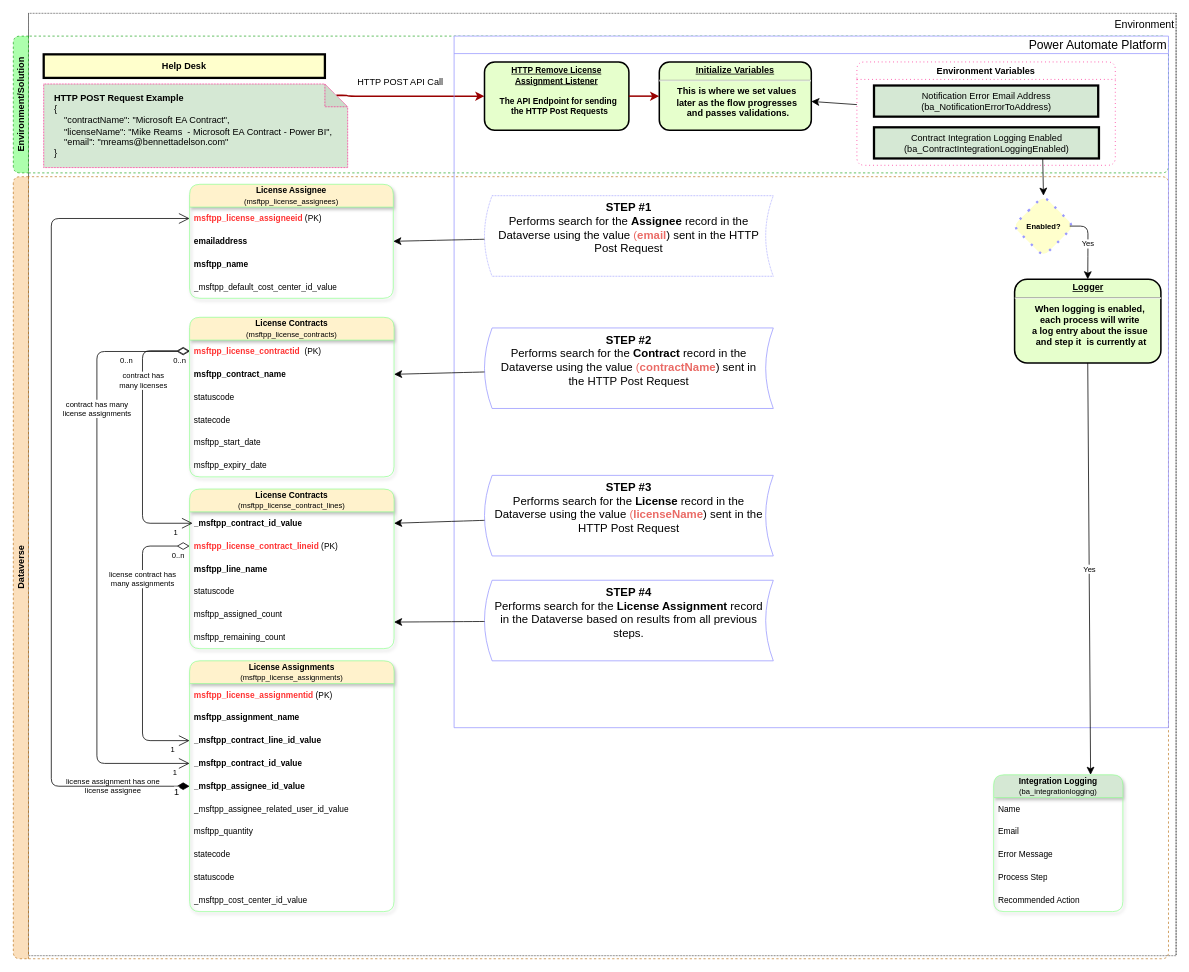
Earlier version of the draw.io diagram page "HTTP Remove Listener" (1 of 2) of Untitled Diagram.drawio (bennettadelson-org/diagrams). Source tidied: cells renumbered, new cells numbered last; positions are measured from the earlier drawing's top-left corner, leaving out a move shared by most shapes. Both pictures are drawn from the tidied source at 76%, with x=0, y=0 at pixel (13, 13).
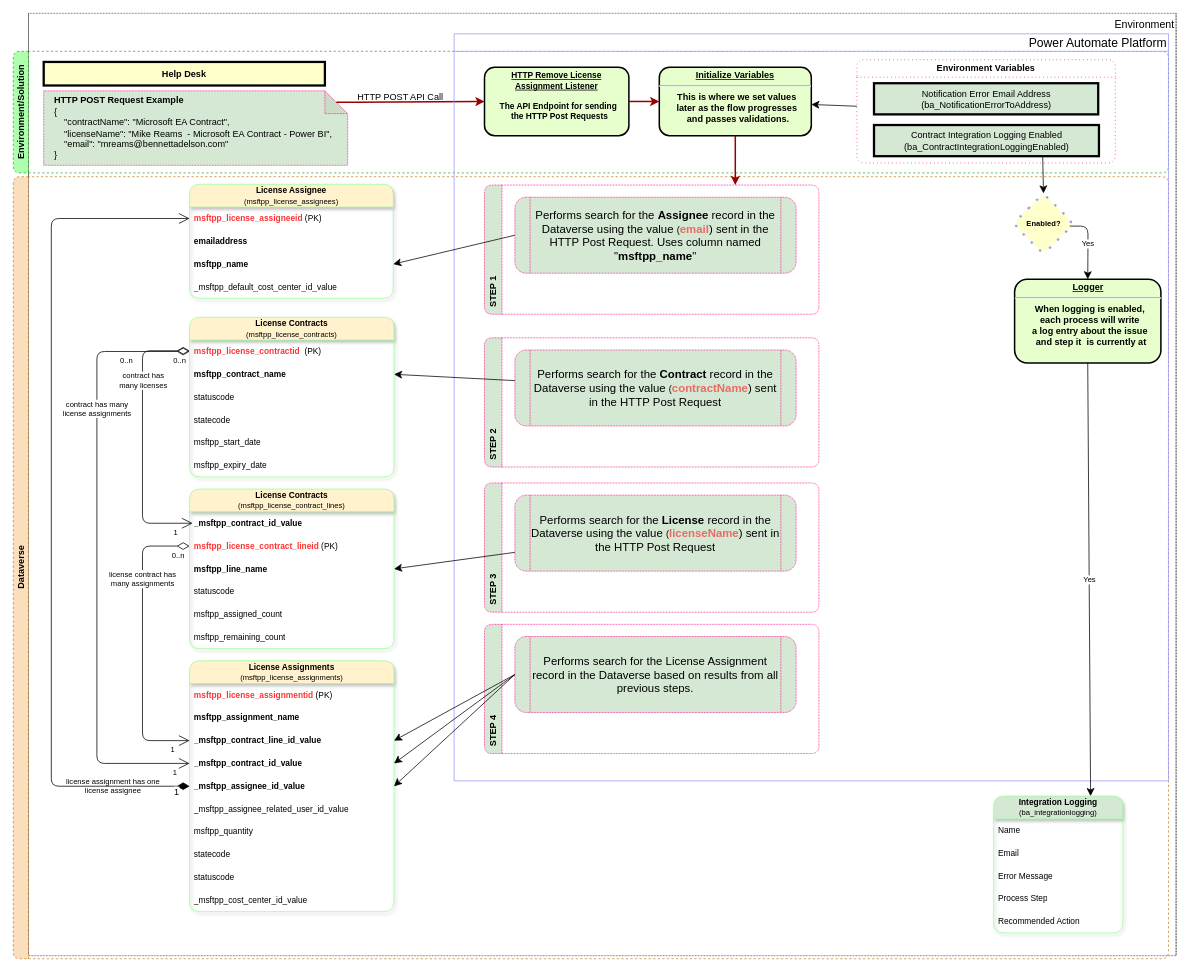
The same diagram, later.

Unchanged cells that the change refers to:
```xml
<mxCell id="7" value="Dataverse" style="swimlane;horizontal=0;whiteSpace=wrap;html=1;rounded=1;shadow=0;glass=0;dashed=1;strokeColor=#b46504;strokeWidth=1;fontSize=12;fillColor=#fad7ac;opacity=80;startSize=20;" parent="1" vertex="1">
  <mxGeometry y="215" width="1520" height="1029" as="geometry" />
</mxCell>
<mxCell id="10" value="emailaddress" style="text;strokeColor=none;fillColor=none;align=left;verticalAlign=middle;spacingLeft=4;spacingRight=4;overflow=hidden;points=[[0,0.5],[1,0.5]];portConstraint=eastwest;whiteSpace=wrap;html=1;fontSize=11;fontStyle=1;" parent="8" vertex="1">
  <mxGeometry y="60" width="268" height="30" as="geometry" />
</mxCell>
<mxCell id="11" value="msftpp_name" style="text;strokeColor=none;fillColor=none;align=left;verticalAlign=middle;spacingLeft=4;spacingRight=4;overflow=hidden;points=[[0,0.5],[1,0.5]];portConstraint=eastwest;whiteSpace=wrap;html=1;fontSize=11;fontStyle=1;" parent="8" vertex="1">
  <mxGeometry y="90" width="268" height="30" as="geometry" />
</mxCell>
<mxCell id="15" value="msftpp_contract_name" style="text;strokeColor=none;fillColor=none;align=left;verticalAlign=middle;spacingLeft=4;spacingRight=4;overflow=hidden;points=[[0,0.5],[1,0.5]];portConstraint=eastwest;whiteSpace=wrap;html=1;fontSize=11;fontStyle=1;" parent="13" vertex="1">
  <mxGeometry y="60" width="269" height="30" as="geometry" />
</mxCell>
<mxCell id="23" value="_msftpp_contract_line_id_value" style="text;strokeColor=none;fillColor=none;align=left;verticalAlign=middle;spacingLeft=4;spacingRight=4;overflow=hidden;points=[[0,0.5],[1,0.5]];portConstraint=eastwest;whiteSpace=wrap;html=1;fontSize=11;fontStyle=1;" parent="20" vertex="1">
  <mxGeometry y="90" width="269" height="30" as="geometry" />
</mxCell>
<mxCell id="24" value="_msftpp_contract_id_value" style="text;strokeColor=none;fillColor=none;align=left;verticalAlign=middle;spacingLeft=4;spacingRight=4;overflow=hidden;points=[[0,0.5],[1,0.5]];portConstraint=eastwest;whiteSpace=wrap;html=1;fontSize=11;fontStyle=1;" parent="20" vertex="1">
  <mxGeometry y="120" width="269" height="30" as="geometry" />
</mxCell>
<mxCell id="25" value="_msftpp_assignee_id_value" style="text;strokeColor=none;fillColor=none;align=left;verticalAlign=middle;spacingLeft=4;spacingRight=4;overflow=hidden;points=[[0,0.5],[1,0.5]];portConstraint=eastwest;whiteSpace=wrap;html=1;fontSize=11;fontStyle=1;" parent="20" vertex="1">
  <mxGeometry y="150" width="269" height="30" as="geometry" />
</mxCell>
<mxCell id="32" value="_msftpp_contract_id_value" style="text;strokeColor=none;fillColor=none;align=left;verticalAlign=middle;spacingLeft=4;spacingRight=4;overflow=hidden;points=[[0,0.5],[1,0.5]];portConstraint=eastwest;whiteSpace=wrap;html=1;fontSize=11;fontStyle=1;" parent="31" vertex="1">
  <mxGeometry y="30" width="269" height="30" as="geometry" />
</mxCell>
<mxCell id="34" value="msftpp_line_name" style="text;strokeColor=none;fillColor=none;align=left;verticalAlign=middle;spacingLeft=4;spacingRight=4;overflow=hidden;points=[[0,0.5],[1,0.5]];portConstraint=eastwest;whiteSpace=wrap;html=1;fontSize=11;fontStyle=1;" parent="31" vertex="1">
  <mxGeometry y="90" width="269" height="30" as="geometry" />
</mxCell>
```

Diff of the diagram source:
```diff
@@
     <mxCell id="3" value="Environment/Solution" style="swimlane;horizontal=0;whiteSpace=wrap;html=1;rounded=1;shadow=0;glass=0;dashed=1;strokeColor=#009900;strokeWidth=1;fontSize=12;fillColor=#99FF99;opacity=80;startSize=20;" parent="1" vertex="1">
-      <mxGeometry y="30" width="1520" height="180" as="geometry" />
+      <mxGeometry y="50" width="1520" height="160" as="geometry" />
     </mxCell>
     <mxCell id="4" value="Help Desk" style="whiteSpace=wrap;align=center;verticalAlign=middle;fontStyle=1;strokeWidth=3;fillColor=#FFFFCC;" parent="3" vertex="1">
-      <mxGeometry x="40" y="24" width="370" height="31" as="geometry" />
+      <mxGeometry x="40" y="14" width="370" height="31" as="geometry" />
     </mxCell>
@@
+    <mxCell id="76" value="&lt;div&gt;&lt;b&gt;HTTP POST Request Example&lt;/b&gt;&lt;/div&gt;&lt;div&gt;{&lt;/div&gt;&lt;div&gt;&amp;nbsp; &amp;nbsp; &quot;contractName&quot;: &quot;Microsoft EA Contract&quot;,&lt;/div&gt;&lt;div&gt;&amp;nbsp; &amp;nbsp; &quot;licenseName&quot;: &quot;Mike Reams&amp;nbsp; - Microsoft EA Contract - Power BI&quot;,&lt;/div&gt;&lt;div&gt;&amp;nbsp; &amp;nbsp; &quot;email&quot;: &quot;mreams@bennettadelson.com&quot;&lt;/div&gt;&lt;div&gt;}&lt;/div&gt;" style="shape=note;whiteSpace=wrap;html=1;backgroundOutline=1;darkOpacity=0.05;rounded=1;dashed=1;dashPattern=1 1;labelBackgroundColor=none;strokeColor=#FF0080;strokeWidth=1;fontSize=12;fontColor=#000000;fillColor=#D5E8D4;align=left;spacingLeft=12;spacingRight=6;" parent="3" vertex="1">
+      <mxGeometry x="40" y="52" width="400" height="98" as="geometry" />
+    </mxCell>
@@
     <mxCell id="38" value="&lt;b&gt;Integration Logging&lt;br&gt;&lt;/b&gt;&lt;font style=&quot;font-size: 10px;&quot;&gt;(ba_integrationlogging)&lt;/font&gt;" style="swimlane;fontStyle=0;horizontal=1;startSize=30;whiteSpace=wrap;html=1;rounded=1;shadow=1;glass=0;strokeWidth=1;fontSize=11;strokeColor=#99FF99;fillColor=#D5E8D4;" parent="7" vertex="1">
-      <mxGeometry x="1290" y="787" width="170" height="180" as="geometry" />
+      <mxGeometry x="1290" y="815" width="170" height="180" as="geometry" />
     </mxCell>
@@
     <mxCell id="55" value="Power Automate Platform" style="swimlane;whiteSpace=wrap;html=1;fontSize=16;strokeColor=#9999FF;fontStyle=0;align=right;" parent="1" vertex="1">
-      <mxGeometry x="580" y="30" width="940" height="910" as="geometry" />
+      <mxGeometry x="580" y="27" width="940" height="983" as="geometry" />
     </mxCell>
     <mxCell id="56" value="&lt;p style=&quot;margin: 0px; margin-top: 4px; text-align: center; text-decoration: underline;&quot;&gt;&lt;/p&gt;&lt;u style=&quot;font-size: 11px;&quot;&gt;&lt;font style=&quot;font-size: 11px;&quot;&gt;HTTP Remove License &lt;br&gt;Assignment Listener&lt;/font&gt;&lt;/u&gt;&lt;p style=&quot;margin: 0px 0px 0px 8px; font-size: 11px;&quot;&gt;&lt;br&gt;&lt;/p&gt;&lt;p style=&quot;margin: 0px 0px 0px 8px; font-size: 11px;&quot;&gt;The API Endpoint for sending&amp;nbsp;&lt;/p&gt;&lt;p style=&quot;margin: 0px 0px 0px 8px; font-size: 11px;&quot;&gt;the HTTP Post Requests&lt;/p&gt;" style="verticalAlign=middle;align=center;overflow=fill;fontSize=12;fontFamily=Helvetica;html=1;rounded=1;fontStyle=1;strokeWidth=2;fillColor=#E6FFCC;" parent="55" vertex="1">
-      <mxGeometry x="40" y="34" width="190" height="90" as="geometry" />
+      <mxGeometry x="40" y="44" width="190" height="90" as="geometry" />
     </mxCell>
     <mxCell id="57" value="&lt;p style=&quot;margin: 0px; margin-top: 4px; text-align: center; text-decoration: underline;&quot;&gt;&lt;strong&gt;Initialize Variables&lt;/strong&gt;&lt;/p&gt;&lt;hr&gt;&lt;p style=&quot;margin: 0px; margin-left: 8px;&quot;&gt;This is where we set values&amp;nbsp;&lt;/p&gt;&lt;p style=&quot;margin: 0px; margin-left: 8px;&quot;&gt;later as the flow progresses&amp;nbsp;&lt;/p&gt;&lt;p style=&quot;margin: 0px; margin-left: 8px;&quot;&gt;and passes validations.&lt;/p&gt;" style="verticalAlign=middle;align=center;overflow=fill;fontSize=12;fontFamily=Helvetica;html=1;rounded=1;fontStyle=1;strokeWidth=2;fillColor=#E6FFCC;" parent="55" vertex="1">
-      <mxGeometry x="270" y="34" width="200" height="90" as="geometry" />
+      <mxGeometry x="270" y="44" width="200" height="90" as="geometry" />
     </mxCell>
@@
-    <mxCell id="59" value="&lt;font color=&quot;#000000&quot;&gt;&lt;b&gt;STEP #1&lt;/b&gt;&lt;br&gt;Performs search for the &lt;b&gt;Assignee &lt;/b&gt;record in the Dataverse using the value &lt;/font&gt;(&lt;b style=&quot;border-color: var(--border-color); color: rgb(0, 0, 0);&quot;&gt;&lt;font style=&quot;border-color: var(--border-color);&quot; color=&quot;#ea6b66&quot;&gt;email&lt;/font&gt;&lt;/b&gt;&lt;span style=&quot;color: rgb(0, 0, 0);&quot;&gt;) sent in the HTTP Post Request&lt;/span&gt;" style="shape=dataStorage;whiteSpace=wrap;html=1;fixedSize=1;rounded=1;strokeColor=#9999FF;strokeWidth=1;fontSize=15;fontColor=#EA6B66;spacingLeft=12;spacingRight=12;size=10;verticalAlign=top;dashed=1;dashPattern=1 1;" parent="55" vertex="1">
-      <mxGeometry x="40" y="210" width="380" height="106" as="geometry" />
-    </mxCell>
-    <mxCell id="60" value="&lt;font color=&quot;#000000&quot;&gt;&lt;b&gt;STEP #2&lt;/b&gt;&lt;br&gt;Performs search for the &lt;b&gt;Contract &lt;/b&gt;record in the Dataverse using the value &lt;/font&gt;(&lt;b style=&quot;border-color: var(--border-color); color: rgb(0, 0, 0);&quot;&gt;&lt;font style=&quot;border-color: var(--border-color);&quot; color=&quot;#ea6b66&quot;&gt;contractName&lt;/font&gt;&lt;/b&gt;&lt;span style=&quot;color: rgb(0, 0, 0);&quot;&gt;) sent in the HTTP Post Request&lt;/span&gt;" style="shape=dataStorage;whiteSpace=wrap;html=1;fixedSize=1;rounded=1;strokeColor=#9999FF;strokeWidth=1;fontSize=15;fontColor=#EA6B66;spacingLeft=12;spacingRight=12;size=10;verticalAlign=top;" parent="55" vertex="1">
-      <mxGeometry x="40" y="384" width="380" height="106" as="geometry" />
-    </mxCell>
-    <mxCell id="61" value="&lt;font color=&quot;#000000&quot;&gt;&lt;b&gt;STEP #3&lt;/b&gt;&lt;br&gt;Performs search for the &lt;b&gt;License &lt;/b&gt;record in the Dataverse using the value &lt;/font&gt;(&lt;b style=&quot;border-color: var(--border-color); color: rgb(0, 0, 0);&quot;&gt;&lt;font style=&quot;border-color: var(--border-color);&quot; color=&quot;#ea6b66&quot;&gt;licenseName&lt;/font&gt;&lt;/b&gt;&lt;span style=&quot;color: rgb(0, 0, 0);&quot;&gt;) sent in the HTTP Post Request&lt;/span&gt;" style="shape=dataStorage;whiteSpace=wrap;html=1;fixedSize=1;rounded=1;strokeColor=#9999FF;strokeWidth=1;fontSize=15;fontColor=#EA6B66;spacingLeft=12;spacingRight=12;size=10;verticalAlign=top;" parent="55" vertex="1">
-      <mxGeometry x="40" y="578" width="380" height="106" as="geometry" />
-    </mxCell>
-    <mxCell id="62" value="&lt;font color=&quot;#000000&quot;&gt;&lt;b&gt;STEP #4&lt;/b&gt;&lt;br&gt;Performs search for the &lt;b&gt;License Assignment&amp;nbsp;&lt;/b&gt;record in the Dataverse based on results from all previous steps.&lt;/font&gt;" style="shape=dataStorage;whiteSpace=wrap;html=1;fixedSize=1;rounded=1;strokeColor=#9999FF;strokeWidth=1;fontSize=15;fontColor=#EA6B66;spacingLeft=12;spacingRight=12;size=10;verticalAlign=top;" parent="55" vertex="1">
-      <mxGeometry x="40" y="716" width="380" height="106" as="geometry" />
-    </mxCell>
-    <mxCell id="63" style="edgeStyle=none;curved=1;rounded=0;jettySize=auto;html=1;fontSize=15;fontColor=#000000;startSize=8;endSize=8;entryX=1;entryY=0.5;entryDx=0;entryDy=0;" parent="55" edge="1" source="62">
-      <mxGeometry relative="1" as="geometry">
-        <mxPoint x="-79" y="771" as="targetPoint" />
-      </mxGeometry>
-    </mxCell>
@@
+    <mxCell id="77" value="&amp;nbsp; STEP 1" style="swimlane;horizontal=0;whiteSpace=wrap;html=1;rounded=1;dashed=1;dashPattern=1 1;labelBackgroundColor=none;strokeColor=#FF0080;strokeWidth=1;fontSize=12;fontColor=#000000;fillColor=#D5E8D4;align=left;" parent="55" vertex="1">
+      <mxGeometry x="40" y="199" width="440" height="170" as="geometry" />
+    </mxCell>
+    <mxCell id="78" value="&lt;font style=&quot;border-color: var(--border-color); font-size: 15px;&quot; color=&quot;#000000&quot;&gt;Performs search for the&amp;nbsp;&lt;b style=&quot;border-color: var(--border-color);&quot;&gt;Assignee&amp;nbsp;&lt;/b&gt;record in the Dataverse using the value&amp;nbsp;&lt;/font&gt;(&lt;b style=&quot;border-color: var(--border-color); font-size: 15px;&quot;&gt;&lt;font style=&quot;border-color: var(--border-color);&quot; color=&quot;#ea6b66&quot;&gt;email&lt;/font&gt;&lt;/b&gt;&lt;span style=&quot;border-color: var(--border-color); font-size: 15px;&quot;&gt;) sent in the HTTP Post Request. Uses column named &quot;&lt;b&gt;msftpp_name&lt;/b&gt;&quot;&lt;/span&gt;" style="shape=process;whiteSpace=wrap;html=1;backgroundOutline=1;rounded=1;dashed=1;dashPattern=1 1;labelBackgroundColor=none;strokeColor=#FF0080;strokeWidth=1;fontSize=12;fontColor=#000000;fillColor=#D5E8D4;size=0.05405405405405406;" parent="77" vertex="1">
+      <mxGeometry x="40" y="16" width="370" height="100" as="geometry" />
+    </mxCell>
+    <mxCell id="79" value="&amp;nbsp; STEP 2" style="swimlane;horizontal=0;whiteSpace=wrap;html=1;rounded=1;dashed=1;dashPattern=1 1;labelBackgroundColor=none;strokeColor=#FF0080;strokeWidth=1;fontSize=12;fontColor=#000000;fillColor=#D5E8D4;align=left;" parent="55" vertex="1">
+      <mxGeometry x="40" y="400" width="440" height="170" as="geometry" />
+    </mxCell>
+    <mxCell id="80" value="&lt;font style=&quot;border-color: var(--border-color); font-size: 15px;&quot; color=&quot;#000000&quot;&gt;Performs search for the&amp;nbsp;&lt;b style=&quot;border-color: var(--border-color);&quot;&gt;Contract&amp;nbsp;&lt;/b&gt;record in the Dataverse using the value&amp;nbsp;&lt;/font&gt;(&lt;b style=&quot;border-color: var(--border-color); font-size: 15px;&quot;&gt;&lt;font style=&quot;border-color: var(--border-color);&quot; color=&quot;#ea6b66&quot;&gt;contractName&lt;/font&gt;&lt;/b&gt;&lt;span style=&quot;border-color: var(--border-color); font-size: 15px;&quot;&gt;) sent in the HTTP Post Request&lt;/span&gt;" style="shape=process;whiteSpace=wrap;html=1;backgroundOutline=1;rounded=1;dashed=1;dashPattern=1 1;labelBackgroundColor=none;strokeColor=#FF0080;strokeWidth=1;fontSize=12;fontColor=#000000;fillColor=#D5E8D4;size=0.05405405405405406;" parent="79" vertex="1">
+      <mxGeometry x="40" y="16" width="370" height="100" as="geometry" />
+    </mxCell>
+    <mxCell id="81" value="&amp;nbsp; STEP 4" style="swimlane;horizontal=0;whiteSpace=wrap;html=1;rounded=1;dashed=1;dashPattern=1 1;labelBackgroundColor=none;strokeColor=#FF0080;strokeWidth=1;fontSize=12;fontColor=#000000;fillColor=#D5E8D4;align=left;" parent="55" vertex="1">
+      <mxGeometry x="40" y="777" width="440" height="170" as="geometry" />
+    </mxCell>
+    <mxCell id="82" value="&lt;font style=&quot;font-size: 15px;&quot;&gt;Performs search for the License Assignment record in the Dataverse based on results from all previous steps.&lt;/font&gt;" style="shape=process;whiteSpace=wrap;html=1;backgroundOutline=1;rounded=1;dashed=1;dashPattern=1 1;labelBackgroundColor=none;strokeColor=#FF0080;strokeWidth=1;fontSize=12;fontColor=#000000;fillColor=#D5E8D4;size=0.05405405405405406;" parent="81" vertex="1">
+      <mxGeometry x="40" y="16" width="370" height="100" as="geometry" />
+    </mxCell>
+    <mxCell id="83" value="&amp;nbsp; STEP 3" style="swimlane;horizontal=0;whiteSpace=wrap;html=1;rounded=1;dashed=1;dashPattern=1 1;labelBackgroundColor=none;strokeColor=#FF0080;strokeWidth=1;fontSize=12;fontColor=#000000;fillColor=#D5E8D4;align=left;" parent="55" vertex="1">
+      <mxGeometry x="40" y="591" width="440" height="170" as="geometry" />
+    </mxCell>
+    <mxCell id="84" value="&lt;font style=&quot;border-color: var(--border-color); font-size: 15px;&quot; color=&quot;#000000&quot;&gt;Performs search for the&amp;nbsp;&lt;b style=&quot;border-color: var(--border-color);&quot;&gt;License&amp;nbsp;&lt;/b&gt;record in the Dataverse using the value&amp;nbsp;&lt;/font&gt;(&lt;b style=&quot;border-color: var(--border-color); font-size: 15px;&quot;&gt;&lt;font style=&quot;border-color: var(--border-color);&quot; color=&quot;#ea6b66&quot;&gt;licenseName&lt;/font&gt;&lt;/b&gt;&lt;span style=&quot;border-color: var(--border-color); font-size: 15px;&quot;&gt;) sent in the HTTP Post Request&lt;/span&gt;" style="shape=process;whiteSpace=wrap;html=1;backgroundOutline=1;rounded=1;dashed=1;dashPattern=1 1;labelBackgroundColor=none;strokeColor=#FF0080;strokeWidth=1;fontSize=12;fontColor=#000000;fillColor=#D5E8D4;size=0.05405405405405406;" parent="83" vertex="1">
+      <mxGeometry x="40" y="16" width="370" height="100" as="geometry" />
+    </mxCell>
+    <mxCell id="85" style="edgeStyle=elbowEdgeStyle;elbow=horizontal;strokeColor=#990000;strokeWidth=2;entryX=0.75;entryY=0;entryDx=0;entryDy=0;exitX=0.5;exitY=1;exitDx=0;exitDy=0;" parent="55" edge="1" source="57" target="77">
+      <mxGeometry relative="1" as="geometry" />
+    </mxCell>
-    <mxCell id="70" style="edgeStyle=none;curved=1;rounded=0;jettySize=auto;html=1;fontSize=15;fontColor=#000000;startSize=8;endSize=8;entryX=1;entryY=0.5;entryDx=0;entryDy=0;" parent="1" edge="1" source="59" target="10">
+    <mxCell id="70" style="edgeStyle=none;curved=1;rounded=0;jettySize=auto;html=1;fontSize=15;fontColor=#000000;startSize=8;endSize=8;exitX=0;exitY=0.5;exitDx=0;exitDy=0;entryX=1;entryY=0.5;entryDx=0;entryDy=0;" parent="1" edge="1" source="78" target="11">
       <mxGeometry relative="1" as="geometry" />
     </mxCell>
-    <mxCell id="71" style="edgeStyle=none;curved=1;rounded=0;jettySize=auto;html=1;fontSize=15;fontColor=#000000;startSize=8;endSize=8;entryX=1;entryY=0.5;entryDx=0;entryDy=0;" parent="1" edge="1" source="60" target="15">
+    <mxCell id="71" style="edgeStyle=none;curved=1;rounded=0;jettySize=auto;html=1;fontSize=15;fontColor=#000000;startSize=8;endSize=8;entryX=1;entryY=0.5;entryDx=0;entryDy=0;" parent="1" edge="1" source="80" target="15">
       <mxGeometry relative="1" as="geometry" />
     </mxCell>
-    <mxCell id="72" style="edgeStyle=none;curved=1;rounded=0;jettySize=auto;html=1;fontSize=15;fontColor=#000000;startSize=8;endSize=8;entryX=1;entryY=0.5;entryDx=0;entryDy=0;" parent="1" edge="1" source="61" target="32">
+    <mxCell id="72" style="edgeStyle=none;curved=1;rounded=0;jettySize=auto;html=1;fontSize=15;fontColor=#000000;startSize=8;endSize=8;entryX=1;entryY=0.5;entryDx=0;entryDy=0;" parent="1" edge="1" source="84" target="34">
       <mxGeometry relative="1" as="geometry" />
     </mxCell>
@@
-    <mxCell id="76" value="&lt;div&gt;&lt;b&gt;HTTP POST Request Example&lt;/b&gt;&lt;/div&gt;&lt;div&gt;{&lt;/div&gt;&lt;div&gt;&amp;nbsp; &amp;nbsp; &quot;contractName&quot;: &quot;Microsoft EA Contract&quot;,&lt;/div&gt;&lt;div&gt;&amp;nbsp; &amp;nbsp; &quot;licenseName&quot;: &quot;Mike Reams&amp;nbsp; - Microsoft EA Contract - Power BI&quot;,&lt;/div&gt;&lt;div&gt;&amp;nbsp; &amp;nbsp; &quot;email&quot;: &quot;mreams@bennettadelson.com&quot;&lt;/div&gt;&lt;div&gt;}&lt;/div&gt;" style="shape=note;whiteSpace=wrap;html=1;backgroundOutline=1;darkOpacity=0.05;rounded=1;dashed=1;dashPattern=1 1;labelBackgroundColor=none;strokeColor=#FF0080;strokeWidth=1;fontSize=12;fontColor=#000000;fillColor=#D5E8D4;align=left;spacingLeft=12;spacingRight=6;" parent="1" vertex="1">
-      <mxGeometry x="40" y="93" width="400" height="110" as="geometry" />
-    </mxCell>
+    <mxCell id="63" style="edgeStyle=none;curved=1;rounded=0;jettySize=auto;html=1;fontSize=15;fontColor=#000000;startSize=8;endSize=8;entryX=1;entryY=0.5;entryDx=0;entryDy=0;exitX=0;exitY=0.5;exitDx=0;exitDy=0;" parent="1" edge="1" source="82" target="24">
+      <mxGeometry relative="1" as="geometry" />
+    </mxCell>
+    <mxCell id="86" style="edgeStyle=none;curved=1;rounded=0;jettySize=auto;html=1;fontSize=15;fontColor=#000000;startSize=8;endSize=8;entryX=1;entryY=0.5;entryDx=0;entryDy=0;exitX=0;exitY=0.5;exitDx=0;exitDy=0;" parent="1" edge="1" source="82" target="25">
+      <mxGeometry relative="1" as="geometry" />
+    </mxCell>
+    <mxCell id="87" style="edgeStyle=none;curved=1;rounded=0;jettySize=auto;html=1;fontSize=15;fontColor=#000000;startSize=8;endSize=8;entryX=1;entryY=0.5;entryDx=0;entryDy=0;exitX=0;exitY=0.5;exitDx=0;exitDy=0;" parent="1" edge="1" source="82" target="23">
+      <mxGeometry relative="1" as="geometry" />
+    </mxCell>
```
